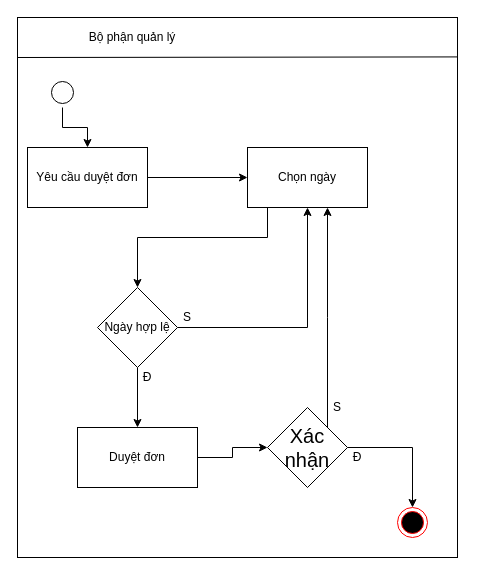
ktd131/ThucTapCNTT keeps this draw.io diagram as page "duyet don nghi hoc" (3 of 3) of BaoCao/BT2/bt2-lam.drawio. Above is the earlier version. Source tidied: cells renumbered, new cells numbered last; positions are measured from the earlier drawing's top-left corner, leaving out a move shared by most shapes. Both pictures are drawn from the tidied source at 100%, with x=0, y=0 at pixel (17, 17).
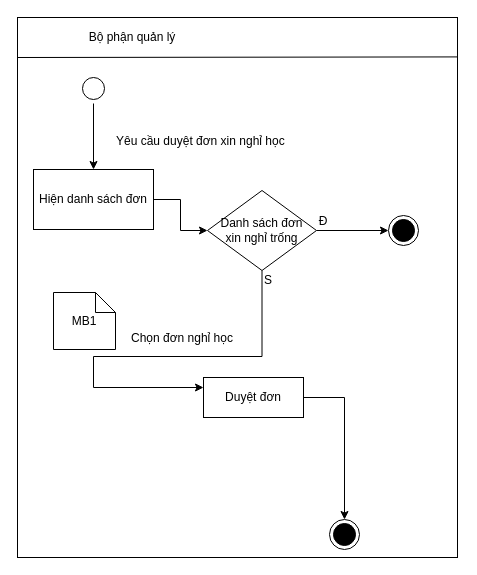
After the change.

Change to the diagram source:
```diff
@@
     <mxCell id="6" style="ellipse;html=1;shape=startState;fontSize=20;fillColor=#FFFFFF;" parent="1" vertex="1">
-      <mxGeometry x="30" y="60" width="30" height="30" as="geometry" />
+      <mxGeometry x="61" y="56" width="30" height="30" as="geometry" />
     </mxCell>
-    <mxCell id="7" style="ellipse;html=1;shape=endState;fillColor=#000000;strokeColor=#ff0000;fontSize=20;" parent="1" vertex="1">
-      <mxGeometry x="380" y="490" width="30" height="30" as="geometry" />
+    <mxCell id="7" style="ellipse;html=1;shape=endState;fillColor=#000000;fontSize=20;" parent="1" vertex="1">
+      <mxGeometry x="312" y="502" width="30" height="30" as="geometry" />
     </mxCell>
-    <mxCell id="8" style="edgeStyle=orthogonalEdgeStyle;rounded=0;jettySize=auto;html=1;strokeColor=#000000;" parent="1" edge="1" source="9" target="14">
+    <mxCell id="8" style="edgeStyle=orthogonalEdgeStyle;rounded=0;jettySize=auto;html=1;strokeColor=#000000;" parent="1" edge="1" source="9" target="30">
       <mxGeometry relative="1" as="geometry" />
     </mxCell>
-    <mxCell id="9" value="Yêu cầu duyệt đơn" style="rounded=0;whiteSpace=wrap;html=1;strokeColor=#000000;" parent="1" vertex="1">
-      <mxGeometry x="10" y="130" width="120" height="60" as="geometry" />
+    <mxCell id="9" value="Hiện danh sách đơn" style="rounded=0;whiteSpace=wrap;html=1;strokeColor=#000000;" parent="1" vertex="1">
+      <mxGeometry x="16" y="152" width="120" height="60" as="geometry" />
     </mxCell>
-    <mxCell id="10" style="edgeStyle=orthogonalEdgeStyle;rounded=0;jettySize=auto;html=1;strokeColor=#000000;" parent="1" edge="1" source="12" target="16">
-      <mxGeometry relative="1" as="geometry" />
-    </mxCell>
-    <mxCell id="11" style="edgeStyle=orthogonalEdgeStyle;rounded=0;jettySize=auto;html=1;strokeColor=#000000;" parent="1" edge="1" source="12" target="14">
-      <mxGeometry relative="1" as="geometry" />
-    </mxCell>
-    <mxCell id="12" value="Ngày hợp lệ" style="rhombus;whiteSpace=wrap;html=1;strokeColor=#000000;" parent="1" vertex="1">
-      <mxGeometry x="80" y="270" width="80" height="80" as="geometry" />
-    </mxCell>
-    <mxCell id="13" style="edgeStyle=orthogonalEdgeStyle;rounded=0;jettySize=auto;html=1;strokeColor=#000000;" parent="1" edge="1" source="14" target="12">
-      <mxGeometry relative="1" as="geometry">
-        <Array as="points">
-          <mxPoint x="250" y="220" />
-          <mxPoint x="120" y="220" />
-        </Array>
-      </mxGeometry>
-    </mxCell>
-    <mxCell id="14" value="Chọn ngày" style="rounded=0;whiteSpace=wrap;html=1;strokeColor=#000000;" parent="1" vertex="1">
-      <mxGeometry x="230" y="130" width="120" height="60" as="geometry" />
-    </mxCell>
-    <mxCell id="15" style="edgeStyle=orthogonalEdgeStyle;rounded=0;jettySize=auto;html=1;strokeColor=#000000;" parent="1" edge="1" source="16" target="19">
-      <mxGeometry relative="1" as="geometry" />
-    </mxCell>
-    <mxCell id="16" value="Duyệt đơn" style="rounded=0;whiteSpace=wrap;html=1;strokeColor=#000000;" parent="1" vertex="1">
-      <mxGeometry x="60" y="410" width="120" height="60" as="geometry" />
-    </mxCell>
-    <mxCell id="17" style="edgeStyle=orthogonalEdgeStyle;rounded=0;jettySize=auto;html=1;strokeColor=#000000;" parent="1" edge="1" source="19" target="7">
-      <mxGeometry relative="1" as="geometry" />
-    </mxCell>
-    <mxCell id="18" style="edgeStyle=orthogonalEdgeStyle;rounded=0;jettySize=auto;html=1;strokeColor=#000000;" parent="1" edge="1" source="19" target="14">
-      <mxGeometry relative="1" as="geometry">
-        <Array as="points">
-          <mxPoint x="310" y="300" />
-          <mxPoint x="310" y="300" />
-        </Array>
-      </mxGeometry>
-    </mxCell>
-    <mxCell id="19" value="Xác nhận" style="rhombus;whiteSpace=wrap;html=1;strokeColor=#000000;gradientColor=none;fontSize=20;" parent="1" vertex="1">
-      <mxGeometry x="250" y="390" width="80" height="80" as="geometry" />
-    </mxCell>
     <mxCell id="20" value="Đ" style="text;html=1;strokeColor=none;fillColor=none;align=center;verticalAlign=middle;whiteSpace=wrap;rounded=0;" parent="1" vertex="1">
-      <mxGeometry x="110" y="350" width="40" height="20" as="geometry" />
+      <mxGeometry x="286" y="194" width="40" height="20" as="geometry" />
     </mxCell>
     <mxCell id="21" value="S" style="text;html=1;strokeColor=none;fillColor=none;align=center;verticalAlign=middle;whiteSpace=wrap;rounded=0;" parent="1" vertex="1">
-      <mxGeometry x="150" y="290" width="40" height="20" as="geometry" />
+      <mxGeometry x="231" y="253" width="40" height="20" as="geometry" />
     </mxCell>
-    <mxCell id="22" value="Đ" style="text;html=1;strokeColor=none;fillColor=none;align=center;verticalAlign=middle;whiteSpace=wrap;rounded=0;" parent="1" vertex="1">
-      <mxGeometry x="320" y="430" width="40" height="20" as="geometry" />
-    </mxCell>
-    <mxCell id="23" value="S" style="text;html=1;strokeColor=none;fillColor=none;align=center;verticalAlign=middle;whiteSpace=wrap;rounded=0;" parent="1" vertex="1">
-      <mxGeometry x="300" y="380" width="40" height="20" as="geometry" />
-    </mxCell>
+    <mxCell id="24" style="ellipse;html=1;shape=endState;fillColor=#000000;fontSize=20;" parent="1" vertex="1">
+      <mxGeometry x="371" y="198" width="30" height="30" as="geometry" />
+    </mxCell>
+    <mxCell id="25" value="MB1" style="shape=note;size=20;whiteSpace=wrap;html=1;" parent="1" vertex="1">
+      <mxGeometry x="36" y="275" width="62" height="57" as="geometry" />
+    </mxCell>
+    <mxCell id="26" value="Yêu cầu duyệt đơn xin nghỉ học" style="text;strokeColor=none;fillColor=none;spacingLeft=4;spacingRight=4;overflow=hidden;fontSize=12;" parent="1" vertex="1">
+      <mxGeometry x="93" y="110" width="199" height="30" as="geometry" />
+    </mxCell>
+    <mxCell id="27" value="Chọn đơn nghỉ học" style="text;strokeColor=none;fillColor=none;spacingLeft=4;spacingRight=4;overflow=hidden;fontSize=12;" parent="1" vertex="1">
+      <mxGeometry x="108" y="307" width="126" height="30" as="geometry" />
+    </mxCell>
+    <mxCell id="28" style="edgeStyle=orthogonalEdgeStyle;rounded=0;jettySize=auto;html=1;" parent="1" edge="1" source="30" target="24">
+      <mxGeometry relative="1" as="geometry" />
+    </mxCell>
+    <mxCell id="29" style="edgeStyle=orthogonalEdgeStyle;rounded=0;jettySize=auto;html=1;" parent="1" edge="1" source="30" target="16">
+      <mxGeometry relative="1" as="geometry">
+        <Array as="points">
+          <mxPoint x="245" y="339" />
+          <mxPoint x="76" y="339" />
+          <mxPoint x="76" y="370" />
+        </Array>
+      </mxGeometry>
+    </mxCell>
+    <mxCell id="30" value="Danh sách đơn &lt;br&gt;xin nghỉ trống" style="rhombus;whiteSpace=wrap;html=1;strokeColor=#000000;" parent="1" vertex="1">
+      <mxGeometry x="190" y="173" width="109" height="80" as="geometry" />
+    </mxCell>
+    <mxCell id="31" style="edgeStyle=orthogonalEdgeStyle;rounded=0;jettySize=auto;html=1;" parent="1" edge="1" source="16" target="7">
+      <mxGeometry relative="1" as="geometry" />
+    </mxCell>
+    <mxCell id="16" value="Duyệt đơn" style="whiteSpace=wrap;html=1;align=center;" parent="1" vertex="1">
+      <mxGeometry x="186" y="360" width="100" height="40" as="geometry" />
+    </mxCell>
```
